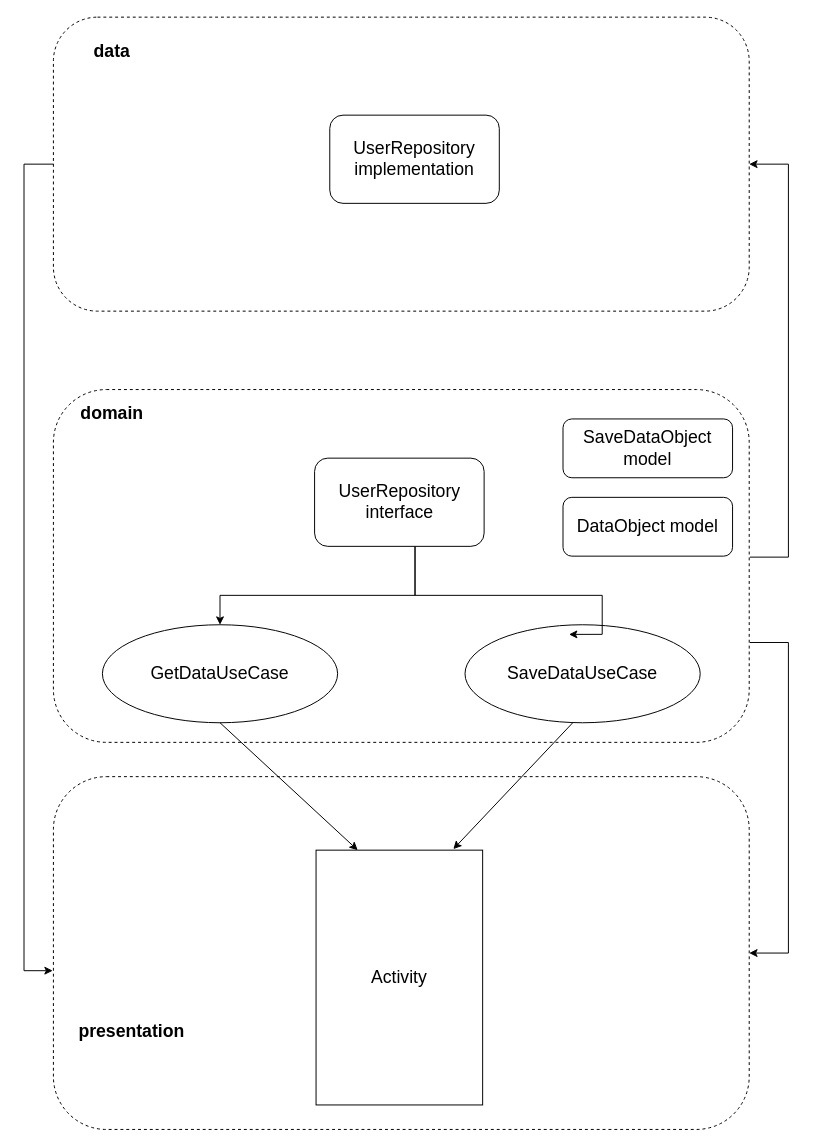
Earlier version of the draw.io diagram app/src/drawIO/CleanArchitecture.drawio (way-to-mars/CleanArchitectureTeaching). Source tidied: cells renumbered, new cells numbered last; positions are measured from the earlier drawing's top-left corner, leaving out a move shared by most shapes. Both pictures are drawn from the tidied source at 98%, with x=0, y=0 at pixel (24, 17).
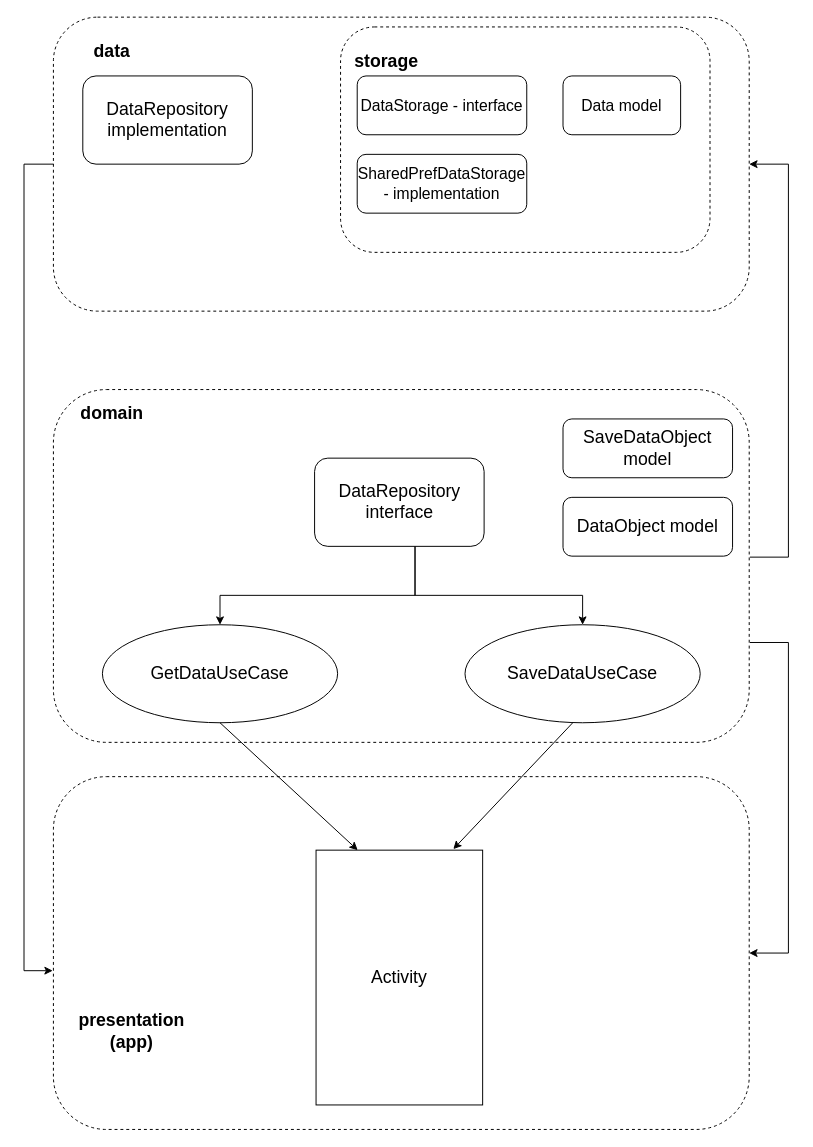
The same diagram, later.

Unchanged cells that the change refers to:
```xml
<mxCell id="5" style="rounded=1;whiteSpace=wrap;html=1;dashed=1;" parent="1" vertex="1">
  <mxGeometry x="30" y="380" width="710" height="360" as="geometry" />
</mxCell>
<mxCell id="12" value="SaveDataUseCase" style="ellipse;whiteSpace=wrap;html=1;fontSize=18;" parent="1" vertex="1">
  <mxGeometry x="450" y="620" width="240" height="100" as="geometry" />
</mxCell>
```

What changed in the source:
```diff
@@
-    <mxCell id="10" value="presentation" style="text;html=1;align=center;verticalAlign=middle;whiteSpace=wrap;rounded=0;fontSize=18;fontStyle=1;" parent="1" vertex="1">
+    <mxCell id="10" value="presentation&lt;div&gt;(app)&lt;/div&gt;" style="text;html=1;align=center;verticalAlign=middle;whiteSpace=wrap;rounded=0;fontSize=18;fontStyle=1;" parent="1" vertex="1">
       <mxGeometry x="80" y="1020" width="60" height="30" as="geometry" />
     </mxCell>
@@
-    <mxCell id="15" value="&lt;font style=&quot;font-size: 18px;&quot;&gt;UserRepository&lt;/font&gt;&lt;div&gt;&lt;font style=&quot;font-size: 18px;&quot;&gt;implementation&lt;/font&gt;&lt;/div&gt;" style="rounded=1;whiteSpace=wrap;html=1;" parent="1" vertex="1">
-      <mxGeometry x="312" y="100" width="173" height="90" as="geometry" />
+    <mxCell id="15" value="&lt;font style=&quot;font-size: 18px;&quot;&gt;DataRepository&lt;/font&gt;&lt;div&gt;&lt;font style=&quot;font-size: 18px;&quot;&gt;implementation&lt;/font&gt;&lt;/div&gt;" style="rounded=1;whiteSpace=wrap;html=1;" parent="1" vertex="1">
+      <mxGeometry x="60" y="60" width="173" height="90" as="geometry" />
     </mxCell>
@@
-    <mxCell id="19" value="&lt;font style=&quot;font-size: 18px;&quot;&gt;UserRepository&lt;/font&gt;&lt;div&gt;&lt;font style=&quot;font-size: 18px;&quot;&gt;interface&lt;/font&gt;&lt;/div&gt;" style="rounded=1;whiteSpace=wrap;html=1;" parent="1" vertex="1">
+    <mxCell id="19" value="&lt;font style=&quot;font-size: 18px;&quot;&gt;DataRepository&lt;/font&gt;&lt;div&gt;&lt;font style=&quot;font-size: 18px;&quot;&gt;interface&lt;/font&gt;&lt;/div&gt;" style="rounded=1;whiteSpace=wrap;html=1;" parent="1" vertex="1">
       <mxGeometry x="296.5" y="450" width="173" height="90" as="geometry" />
     </mxCell>
-    <mxCell id="20" style="edgeStyle=orthogonalEdgeStyle;rounded=0;jettySize=auto;html=1;entryX=0.741;entryY=0.694;entryDx=0;entryDy=0;entryPerimeter=0;" parent="1" edge="1" source="19" target="5">
+    <mxCell id="20" style="edgeStyle=orthogonalEdgeStyle;rounded=0;jettySize=auto;html=1;entryX=0.5;entryY=0;entryDx=0;entryDy=0;" parent="1" edge="1" source="19" target="12">
       <mxGeometry relative="1" as="geometry">
         <Array as="points">
           <mxPoint x="399" y="590" />
-          <mxPoint x="590" y="590" />
+          <mxPoint x="570" y="590" />
         </Array>
       </mxGeometry>
     </mxCell>
@@
+    <mxCell id="22" style="rounded=1;whiteSpace=wrap;html=1;dashed=1;" parent="1" vertex="1">
+      <mxGeometry x="323" y="10" width="377" height="230" as="geometry" />
+    </mxCell>
+    <mxCell id="23" value="storage" style="text;html=1;align=center;verticalAlign=middle;whiteSpace=wrap;rounded=0;fontSize=18;fontStyle=1;" parent="1" vertex="1">
+      <mxGeometry x="340" y="30" width="60" height="30" as="geometry" />
+    </mxCell>
+    <mxCell id="24" value="&lt;font style=&quot;font-size: 16px;&quot;&gt;DataStorage - interface&lt;/font&gt;" style="rounded=1;whiteSpace=wrap;html=1;" parent="1" vertex="1">
+      <mxGeometry x="340" y="60" width="173" height="60" as="geometry" />
+    </mxCell>
+    <mxCell id="25" value="&lt;font style=&quot;font-size: 16px;&quot;&gt;SharedPrefDataStorage - implementation&lt;/font&gt;" style="rounded=1;whiteSpace=wrap;html=1;" parent="1" vertex="1">
+      <mxGeometry x="340" y="140" width="173" height="60" as="geometry" />
+    </mxCell>
+    <mxCell id="26" value="&lt;font style=&quot;font-size: 16px;&quot;&gt;Data model&lt;/font&gt;" style="rounded=1;whiteSpace=wrap;html=1;" parent="1" vertex="1">
+      <mxGeometry x="550" y="60" width="120" height="60" as="geometry" />
+    </mxCell>
```
